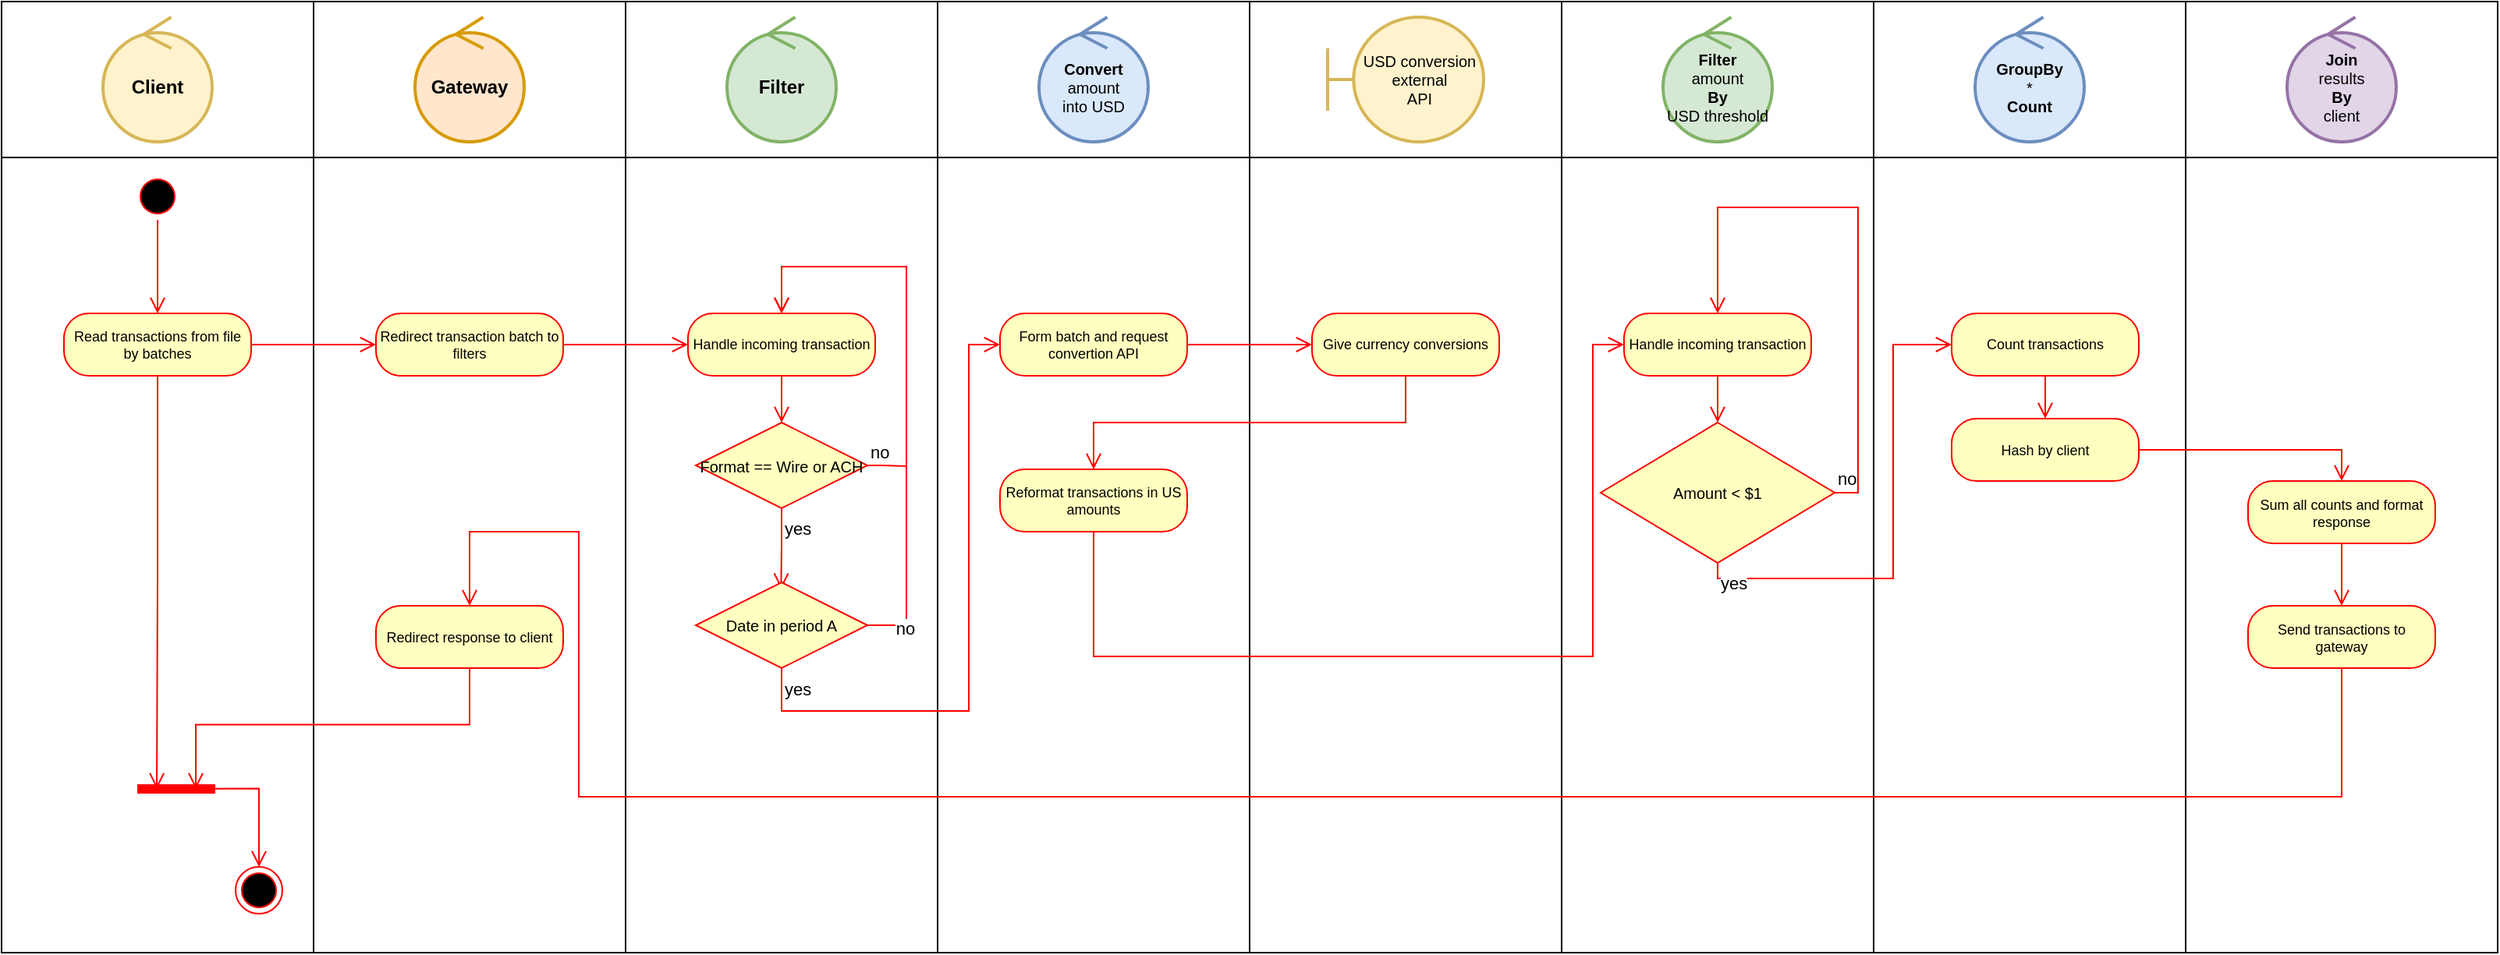
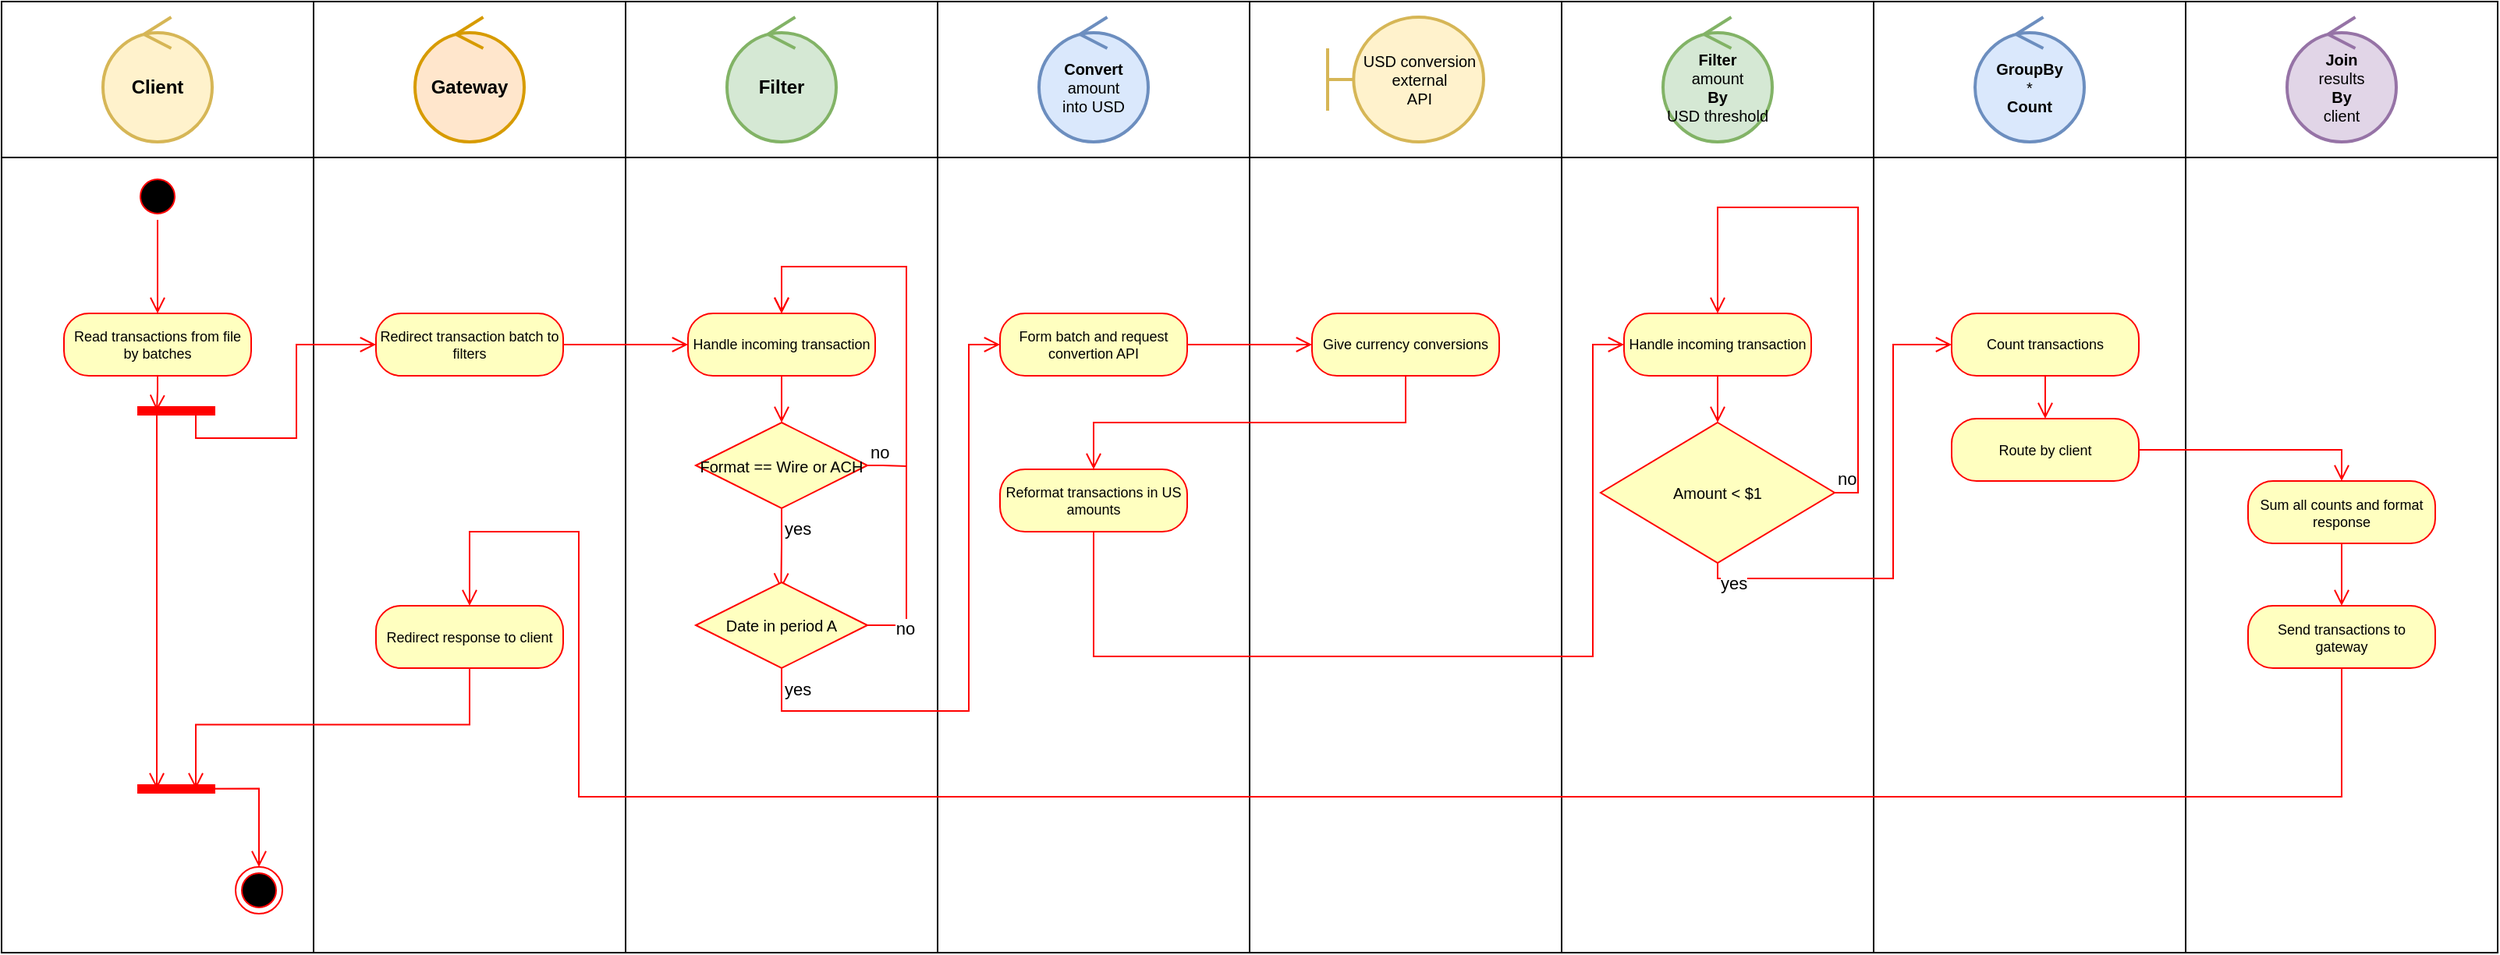
- <mxfile host="app.diagrams.net">
+ <mxfile host="Electron" agent="Mozilla/5.0 (X11; Linux x86_64) AppleWebKit/537.36 (KHTML, like Gecko) draw.io/29.6.1 Chrome/142.0.7444.265 Electron/39.5.2 Safari/537.36" version="29.6.1">
  <diagram name="Page-1" id="Pw_Paroip4zxAWsEiAnn">
-     <mxGraphModel dx="1833" dy="1176" grid="1" gridSize="10" guides="1" tooltips="1" connect="1" arrows="1" fold="1" page="1" pageScale="1" pageWidth="850" pageHeight="1100" math="0" shadow="0">
+     <mxGraphModel dx="1087" dy="741" grid="1" gridSize="10" guides="1" tooltips="1" connect="1" arrows="1" fold="1" page="1" pageScale="1" pageWidth="850" pageHeight="1100" math="0" shadow="0">
      <root>
        <mxCell id="0" />
        <mxCell id="1" parent="0" />
        <mxCell id="UjA2EUsPANr48nbmodft-108" parent="1" style="html=1;dashed=0;whiteSpace=wrap;fontSize=9;" value="" vertex="1">
          <mxGeometry height="100" width="200" x="420" y="100" as="geometry" />
        </mxCell>
        <mxCell id="UjA2EUsPANr48nbmodft-109" parent="1" style="html=1;dashed=0;whiteSpace=wrap;fontSize=9;" value="" vertex="1">
          <mxGeometry height="510" width="200" x="420" y="200" as="geometry" />
        </mxCell>
        <mxCell id="UjA2EUsPANr48nbmodft-3" parent="1" style="html=1;dashed=0;whiteSpace=wrap;fontSize=9;" value="" vertex="1">
          <mxGeometry height="550" width="200" x="20" y="160" as="geometry" />
        </mxCell>
        <mxCell id="UjA2EUsPANr48nbmodft-4" parent="1" style="html=1;dashed=0;whiteSpace=wrap;fontSize=9;" value="" vertex="1">
          <mxGeometry height="100" width="200" x="20" y="100" as="geometry" />
        </mxCell>
        <mxCell id="UjA2EUsPANr48nbmodft-5" parent="1" style="html=1;dashed=0;whiteSpace=wrap;fontSize=9;" value="" vertex="1">
          <mxGeometry height="550" width="200" x="220" y="160" as="geometry" />
        </mxCell>
        <mxCell id="UjA2EUsPANr48nbmodft-6" parent="1" style="html=1;dashed=0;whiteSpace=wrap;fontSize=9;" value="" vertex="1">
          <mxGeometry height="100" width="200" x="220" y="100" as="geometry" />
        </mxCell>
        <mxCell id="UjA2EUsPANr48nbmodft-9" parent="1" style="ellipse;html=1;shape=startState;fillColor=#000000;strokeColor=#ff0000;fontSize=9;" value="" vertex="1">
          <mxGeometry height="30" width="30" x="105" y="210" as="geometry" />
        </mxCell>
        <mxCell id="UjA2EUsPANr48nbmodft-10" edge="1" parent="1" source="UjA2EUsPANr48nbmodft-9" style="edgeStyle=orthogonalEdgeStyle;html=1;verticalAlign=bottom;endArrow=open;endSize=8;strokeColor=#ff0000;rounded=0;exitX=0.5;exitY=1;exitDx=0;exitDy=0;entryX=0.5;entryY=0;entryDx=0;entryDy=0;fontSize=9;" target="UjA2EUsPANr48nbmodft-12" value="">
          <mxGeometry relative="1" as="geometry">
            <mxPoint x="130" y="30" as="sourcePoint" />
            <mxPoint x="130" y="-50" as="targetPoint" />
          </mxGeometry>
        </mxCell>
        <mxCell id="UjA2EUsPANr48nbmodft-11" parent="1" style="ellipse;html=1;shape=endState;fillColor=#000000;strokeColor=#ff0000;fontSize=9;" value="" vertex="1">
          <mxGeometry height="30" width="30" x="170" y="655" as="geometry" />
        </mxCell>
        <mxCell id="UjA2EUsPANr48nbmodft-12" parent="1" style="rounded=1;whiteSpace=wrap;html=1;arcSize=40;fontColor=#000000;fillColor=#ffffc0;strokeColor=#ff0000;fontSize=9;" value="&lt;div&gt;Read transactions from file by batches&lt;/div&gt;" vertex="1">
          <mxGeometry height="40" width="120" x="60" y="300" as="geometry" />
        </mxCell>
        <mxCell id="UjA2EUsPANr48nbmodft-13" parent="1" style="shape=line;html=1;strokeWidth=6;strokeColor=#ff0000;" value="" vertex="1">
          <mxGeometry height="10" width="50" x="107" y="600" as="geometry" />
        </mxCell>
        <mxCell id="UjA2EUsPANr48nbmodft-14" edge="1" parent="1" source="UjA2EUsPANr48nbmodft-13" style="edgeStyle=orthogonalEdgeStyle;html=1;verticalAlign=bottom;endArrow=open;endSize=8;strokeColor=#ff0000;rounded=0;exitX=0.522;exitY=0.483;exitDx=0;exitDy=0;exitPerimeter=0;entryX=0.5;entryY=0;entryDx=0;entryDy=0;" target="UjA2EUsPANr48nbmodft-11" value="">
          <mxGeometry relative="1" as="geometry">
            <mxPoint x="80" y="650" as="targetPoint" />
          </mxGeometry>
        </mxCell>
-         <mxCell id="UjA2EUsPANr48nbmodft-15" edge="1" parent="1" source="UjA2EUsPANr48nbmodft-12" style="edgeStyle=orthogonalEdgeStyle;html=1;verticalAlign=bottom;endArrow=open;endSize=8;strokeColor=#ff0000;rounded=0;exitX=1;exitY=0.5;exitDx=0;exitDy=0;fontSize=9;entryX=0;entryY=0.5;entryDx=0;entryDy=0;" target="UjA2EUsPANr48nbmodft-22" value="">
-           <mxGeometry relative="1" as="geometry">
+         <mxCell id="UjA2EUsPANr48nbmodft-15" edge="1" parent="1" source="bwL3z-km2-a_780-QpQi-1" style="edgeStyle=orthogonalEdgeStyle;html=1;verticalAlign=bottom;endArrow=open;endSize=8;strokeColor=#ff0000;rounded=0;exitX=0.75;exitY=0.5;exitDx=0;exitDy=0;fontSize=9;entryX=0;entryY=0.5;entryDx=0;entryDy=0;exitPerimeter=0;" target="UjA2EUsPANr48nbmodft-22" value="">
+           <mxGeometry relative="1" as="geometry">
+             <Array as="points">
+               <mxPoint x="145" y="380" />
+               <mxPoint x="209" y="380" />
+               <mxPoint x="209" y="320" />
+             </Array>
            <mxPoint x="184" y="308" as="sourcePoint" />
            <mxPoint x="250" y="320" as="targetPoint" />
          </mxGeometry>
        </mxCell>
        <mxCell id="UjA2EUsPANr48nbmodft-16" parent="1" style="rhombus;whiteSpace=wrap;html=1;fontColor=#000000;fillColor=#ffffc0;strokeColor=#ff0000;fontSize=10;" value="Format == Wire or ACH" vertex="1">
          <mxGeometry height="55" width="110" x="465" y="370" as="geometry" />
        </mxCell>
        <mxCell id="UjA2EUsPANr48nbmodft-17" edge="1" parent="1" source="UjA2EUsPANr48nbmodft-16" style="edgeStyle=orthogonalEdgeStyle;html=1;align=left;verticalAlign=bottom;endArrow=open;endSize=8;strokeColor=#ff0000;rounded=0;entryX=0.5;entryY=0;entryDx=0;entryDy=0;exitX=1;exitY=0.5;exitDx=0;exitDy=0;" target="UjA2EUsPANr48nbmodft-19" value="no">
          <mxGeometry relative="1" x="-1" as="geometry">
            <Array as="points">
              <mxPoint x="585" y="398" />
              <mxPoint x="600" y="398" />
              <mxPoint x="600" y="270" />
              <mxPoint x="525" y="270" />
            </Array>
            <mxPoint x="620" y="397.5" as="targetPoint" />
          </mxGeometry>
        </mxCell>
        <mxCell id="UjA2EUsPANr48nbmodft-18" edge="1" parent="1" source="UjA2EUsPANr48nbmodft-16" style="edgeStyle=orthogonalEdgeStyle;html=1;align=left;verticalAlign=top;endArrow=open;endSize=8;strokeColor=#ff0000;rounded=0;entryX=0.497;entryY=0.078;entryDx=0;entryDy=0;entryPerimeter=0;" target="UjA2EUsPANr48nbmodft-20" value="yes">
          <mxGeometry relative="1" x="-1" as="geometry">
            <mxPoint x="520" y="477.5" as="targetPoint" />
          </mxGeometry>
        </mxCell>
        <mxCell id="UjA2EUsPANr48nbmodft-19" parent="1" style="rounded=1;whiteSpace=wrap;html=1;arcSize=40;fontColor=#000000;fillColor=#ffffc0;strokeColor=#ff0000;fontSize=9;" value="Handle incoming transaction" vertex="1">
          <mxGeometry height="40" width="120" x="460" y="300" as="geometry" />
        </mxCell>
        <mxCell id="UjA2EUsPANr48nbmodft-20" parent="1" style="rhombus;whiteSpace=wrap;html=1;fontColor=#000000;fillColor=#ffffc0;strokeColor=#ff0000;fontSize=10;" value="Date in period A" vertex="1">
          <mxGeometry height="55" width="110" x="465" y="472.5" as="geometry" />
        </mxCell>
        <mxCell id="UjA2EUsPANr48nbmodft-21" edge="1" parent="1" source="UjA2EUsPANr48nbmodft-19" style="edgeStyle=orthogonalEdgeStyle;html=1;verticalAlign=bottom;endArrow=open;endSize=8;strokeColor=#ff0000;rounded=0;exitX=0.5;exitY=1;exitDx=0;exitDy=0;entryX=0.5;entryY=0;entryDx=0;entryDy=0;fontSize=9;" target="UjA2EUsPANr48nbmodft-16" value="">
          <mxGeometry relative="1" as="geometry">
            <mxPoint x="350" y="410" as="sourcePoint" />
            <mxPoint x="630" y="410" as="targetPoint" />
          </mxGeometry>
        </mxCell>
        <mxCell id="UjA2EUsPANr48nbmodft-22" parent="1" style="rounded=1;whiteSpace=wrap;html=1;arcSize=40;fontColor=#000000;fillColor=#ffffc0;strokeColor=#ff0000;fontSize=9;" value="Redirect transaction batch to filters" vertex="1">
          <mxGeometry height="40" width="120" x="260" y="300" as="geometry" />
        </mxCell>
        <mxCell id="UjA2EUsPANr48nbmodft-23" edge="1" parent="1" source="UjA2EUsPANr48nbmodft-22" style="edgeStyle=orthogonalEdgeStyle;html=1;verticalAlign=bottom;endArrow=open;endSize=8;strokeColor=#ff0000;rounded=0;exitX=1;exitY=0.5;exitDx=0;exitDy=0;fontSize=9;entryX=0;entryY=0.5;entryDx=0;entryDy=0;" target="UjA2EUsPANr48nbmodft-19" value="">
          <mxGeometry relative="1" as="geometry">
            <mxPoint x="400" y="320" as="sourcePoint" />
            <mxPoint x="460" y="320" as="targetPoint" />
          </mxGeometry>
        </mxCell>
        <mxCell id="UjA2EUsPANr48nbmodft-24" parent="1" style="rounded=1;whiteSpace=wrap;html=1;arcSize=40;fontColor=#000000;fillColor=#ffffc0;strokeColor=#ff0000;fontSize=9;" value="Redirect response to client" vertex="1">
          <mxGeometry height="40" width="120" x="260" y="487.5" as="geometry" />
        </mxCell>
        <mxCell id="UjA2EUsPANr48nbmodft-25" edge="1" parent="1" source="UjA2EUsPANr48nbmodft-24" style="edgeStyle=orthogonalEdgeStyle;html=1;verticalAlign=bottom;endArrow=open;endSize=8;strokeColor=#ff0000;rounded=0;exitX=0.5;exitY=1;exitDx=0;exitDy=0;fontSize=9;entryX=0.75;entryY=0.5;entryDx=0;entryDy=0;entryPerimeter=0;" target="UjA2EUsPANr48nbmodft-13" value="">
          <mxGeometry relative="1" as="geometry">
            <mxPoint x="250" y="380" as="sourcePoint" />
            <mxPoint x="330" y="380" as="targetPoint" />
          </mxGeometry>
        </mxCell>
-         <mxCell id="UjA2EUsPANr48nbmodft-26" edge="1" parent="1" source="UjA2EUsPANr48nbmodft-12" style="edgeStyle=orthogonalEdgeStyle;html=1;verticalAlign=bottom;endArrow=open;endSize=8;strokeColor=#ff0000;rounded=0;exitX=0.5;exitY=1;exitDx=0;exitDy=0;fontSize=9;entryX=0.25;entryY=0.5;entryDx=0;entryDy=0;entryPerimeter=0;" target="UjA2EUsPANr48nbmodft-13" value="">
+         <mxCell id="UjA2EUsPANr48nbmodft-26" edge="1" parent="1" source="UjA2EUsPANr48nbmodft-12" style="edgeStyle=orthogonalEdgeStyle;html=1;verticalAlign=bottom;endArrow=open;endSize=8;strokeColor=#ff0000;rounded=0;exitX=0.5;exitY=1;exitDx=0;exitDy=0;fontSize=9;entryX=0.25;entryY=0.5;entryDx=0;entryDy=0;entryPerimeter=0;" target="bwL3z-km2-a_780-QpQi-1" value="">
          <mxGeometry relative="1" as="geometry">
            <mxPoint x="297" y="430" as="sourcePoint" />
            <mxPoint x="120" y="507" as="targetPoint" />
          </mxGeometry>
        </mxCell>
        <mxCell id="UjA2EUsPANr48nbmodft-27" parent="1" style="ellipse;shape=umlControl;whiteSpace=wrap;html=1;strokeWidth=2;fillColor=#fff2cc;strokeColor=#d6b656;" value="&lt;b&gt;Client&lt;/b&gt;" vertex="1">
          <mxGeometry height="80" width="70" x="85" y="110" as="geometry" />
        </mxCell>
        <mxCell id="UjA2EUsPANr48nbmodft-28" parent="1" style="ellipse;shape=umlControl;whiteSpace=wrap;html=1;strokeWidth=2;fillColor=#ffe6cc;strokeColor=#d79b00;" value="&lt;b&gt;Gateway&lt;/b&gt;" vertex="1">
          <mxGeometry height="80" width="70" x="285" y="110" as="geometry" />
        </mxCell>
        <mxCell id="UjA2EUsPANr48nbmodft-29" parent="1" style="ellipse;shape=umlControl;whiteSpace=wrap;html=1;strokeWidth=2;fillColor=#d5e8d4;strokeColor=#82b366;" value="&lt;b&gt;Filter&lt;/b&gt;" vertex="1">
          <mxGeometry height="80" width="70" x="485" y="110" as="geometry" />
        </mxCell>
        <mxCell id="UjA2EUsPANr48nbmodft-50" edge="1" parent="1" source="UjA2EUsPANr48nbmodft-20" style="edgeStyle=orthogonalEdgeStyle;html=1;align=left;verticalAlign=top;endArrow=open;endSize=8;strokeColor=#ff0000;rounded=0;exitX=1;exitY=0.5;exitDx=0;exitDy=0;curved=0;jumpStyle=arc;jumpSize=16;entryX=0.5;entryY=0;entryDx=0;entryDy=0;startSize=9;" target="UjA2EUsPANr48nbmodft-19" value="">
          <mxGeometry relative="1" x="-1" as="geometry">
            <Array as="points">
              <mxPoint x="600" y="500" />
              <mxPoint x="600" y="270" />
              <mxPoint x="520" y="270" />
            </Array>
            <mxPoint x="539.9999999999998" y="512.5" as="sourcePoint" />
            <mxPoint x="659.9999999999998" y="312.5" as="targetPoint" />
          </mxGeometry>
        </mxCell>
        <mxCell id="UjA2EUsPANr48nbmodft-51" connectable="0" parent="UjA2EUsPANr48nbmodft-50" style="edgeLabel;html=1;align=center;verticalAlign=middle;resizable=0;points=[];" value="&lt;div&gt;no&lt;/div&gt;" vertex="1">
          <mxGeometry relative="1" x="-0.8724" y="-2" as="geometry">
            <mxPoint as="offset" />
          </mxGeometry>
        </mxCell>
        <mxCell id="UjA2EUsPANr48nbmodft-110" parent="1" style="html=1;dashed=0;whiteSpace=wrap;fontSize=9;" value="" vertex="1">
          <mxGeometry height="510" width="200" x="620" y="200" as="geometry" />
        </mxCell>
        <mxCell id="UjA2EUsPANr48nbmodft-111" parent="1" style="html=1;dashed=0;whiteSpace=wrap;fontSize=9;" value="" vertex="1">
          <mxGeometry height="100" width="200" x="620" y="100" as="geometry" />
        </mxCell>
        <mxCell id="UjA2EUsPANr48nbmodft-112" parent="1" style="html=1;dashed=0;whiteSpace=wrap;fontSize=9;" value="" vertex="1">
          <mxGeometry height="550" width="200" x="820" y="160" as="geometry" />
        </mxCell>
        <mxCell id="UjA2EUsPANr48nbmodft-113" parent="1" style="html=1;dashed=0;whiteSpace=wrap;fontSize=9;" value="" vertex="1">
          <mxGeometry height="100" width="200" x="820" y="100" as="geometry" />
        </mxCell>
        <mxCell id="UjA2EUsPANr48nbmodft-114" parent="1" style="html=1;dashed=0;whiteSpace=wrap;fontSize=9;" value="" vertex="1">
          <mxGeometry height="550" width="200" x="1020" y="160" as="geometry" />
        </mxCell>
        <mxCell id="UjA2EUsPANr48nbmodft-115" parent="1" style="html=1;dashed=0;whiteSpace=wrap;fontSize=9;" value="" vertex="1">
          <mxGeometry height="100" width="200" x="1020" y="100" as="geometry" />
        </mxCell>
        <mxCell id="UjA2EUsPANr48nbmodft-116" parent="1" style="html=1;dashed=0;whiteSpace=wrap;fontSize=9;" value="" vertex="1">
          <mxGeometry height="550" width="200" x="1220" y="160" as="geometry" />
        </mxCell>
        <mxCell id="UjA2EUsPANr48nbmodft-117" parent="1" style="html=1;dashed=0;whiteSpace=wrap;fontSize=9;" value="" vertex="1">
          <mxGeometry height="100" width="200" x="1220" y="100" as="geometry" />
        </mxCell>
        <mxCell id="UjA2EUsPANr48nbmodft-118" parent="1" style="html=1;dashed=0;whiteSpace=wrap;fontSize=9;" value="" vertex="1">
          <mxGeometry height="550" width="200" x="1420" y="160" as="geometry" />
        </mxCell>
        <mxCell id="UjA2EUsPANr48nbmodft-119" parent="1" style="html=1;dashed=0;whiteSpace=wrap;fontSize=9;" value="" vertex="1">
          <mxGeometry height="100" width="200" x="1420" y="100" as="geometry" />
        </mxCell>
        <mxCell id="UjA2EUsPANr48nbmodft-120" parent="1" style="rounded=1;whiteSpace=wrap;html=1;arcSize=40;fontColor=#000000;fillColor=#ffffc0;strokeColor=#ff0000;fontSize=9;" value="Sum all counts and format response" vertex="1">
          <mxGeometry height="40" width="120" x="1460" y="407.5" as="geometry" />
        </mxCell>
        <mxCell id="UjA2EUsPANr48nbmodft-121" edge="1" parent="1" source="UjA2EUsPANr48nbmodft-120" style="edgeStyle=orthogonalEdgeStyle;html=1;align=left;verticalAlign=top;endArrow=open;endSize=8;strokeColor=#ff0000;rounded=0;exitX=0.5;exitY=1;exitDx=0;exitDy=0;entryX=0.5;entryY=0;entryDx=0;entryDy=0;" target="UjA2EUsPANr48nbmodft-122" value="">
          <mxGeometry relative="1" x="-0.7059" y="13" as="geometry">
            <mxPoint as="offset" />
            <mxPoint x="1470" y="615" as="sourcePoint" />
            <mxPoint x="1520" y="615" as="targetPoint" />
          </mxGeometry>
        </mxCell>
        <mxCell id="UjA2EUsPANr48nbmodft-122" parent="1" style="rounded=1;whiteSpace=wrap;html=1;arcSize=40;fontColor=#000000;fillColor=#ffffc0;strokeColor=#ff0000;fontSize=9;" value="Send transactions to gateway" vertex="1">
          <mxGeometry height="40" width="120" x="1460" y="487.5" as="geometry" />
        </mxCell>
        <mxCell id="UjA2EUsPANr48nbmodft-123" parent="1" style="ellipse;shape=umlControl;whiteSpace=wrap;html=1;strokeWidth=2;fillColor=#e1d5e7;strokeColor=#9673a6;fontSize=10;" value="&lt;b&gt;Join&lt;/b&gt;&lt;div&gt;results&lt;/div&gt;&lt;div&gt;&lt;b&gt;By&lt;/b&gt;&lt;/div&gt;&lt;div&gt;client&lt;/div&gt;" vertex="1">
          <mxGeometry height="80" width="70" x="1485" y="110" as="geometry" />
        </mxCell>
        <mxCell id="UjA2EUsPANr48nbmodft-124" parent="1" style="rounded=1;whiteSpace=wrap;html=1;arcSize=40;fontColor=#000000;fillColor=#ffffc0;strokeColor=#ff0000;fontSize=9;" value="Form batch and request convertion API" vertex="1">
          <mxGeometry height="40" width="120" x="660" y="300" as="geometry" />
        </mxCell>
        <mxCell id="UjA2EUsPANr48nbmodft-125" parent="1" style="rounded=1;whiteSpace=wrap;html=1;arcSize=40;fontColor=#000000;fillColor=#ffffc0;strokeColor=#ff0000;fontSize=9;" value="Reformat transactions in US amounts" vertex="1">
          <mxGeometry height="40" width="120" x="660" y="400" as="geometry" />
        </mxCell>
        <mxCell id="UjA2EUsPANr48nbmodft-127" parent="1" style="rounded=1;whiteSpace=wrap;html=1;arcSize=40;fontColor=#000000;fillColor=#ffffc0;strokeColor=#ff0000;fontSize=9;" value="Handle incoming transaction" vertex="1">
          <mxGeometry height="40" width="120" x="1060" y="300" as="geometry" />
        </mxCell>
        <mxCell id="UjA2EUsPANr48nbmodft-128" parent="1" style="rhombus;whiteSpace=wrap;html=1;fontColor=#000000;fillColor=#ffffc0;strokeColor=#ff0000;fontSize=10;" value="Amount &amp;lt; $1" vertex="1">
          <mxGeometry height="90" width="150" x="1045" y="370" as="geometry" />
        </mxCell>
        <mxCell id="UjA2EUsPANr48nbmodft-129" edge="1" parent="1" source="UjA2EUsPANr48nbmodft-128" style="edgeStyle=orthogonalEdgeStyle;html=1;align=left;verticalAlign=bottom;endArrow=open;endSize=8;strokeColor=#ff0000;rounded=0;entryX=0.5;entryY=0;entryDx=0;entryDy=0;exitX=1;exitY=0.5;exitDx=0;exitDy=0;" target="UjA2EUsPANr48nbmodft-127" value="no">
          <mxGeometry relative="1" x="-1" as="geometry">
            <Array as="points">
              <mxPoint x="1210" y="415" />
              <mxPoint x="1210" y="232" />
              <mxPoint x="1120" y="232" />
            </Array>
            <mxPoint x="1410" y="360" as="sourcePoint" />
            <mxPoint x="1355" y="262" as="targetPoint" />
          </mxGeometry>
        </mxCell>
        <mxCell id="UjA2EUsPANr48nbmodft-131" edge="1" parent="1" source="UjA2EUsPANr48nbmodft-128" style="edgeStyle=orthogonalEdgeStyle;html=1;align=left;verticalAlign=top;endArrow=open;endSize=8;strokeColor=#ff0000;rounded=0;exitX=0.5;exitY=1;exitDx=0;exitDy=0;entryX=0;entryY=0.5;entryDx=0;entryDy=0;" target="UjA2EUsPANr48nbmodft-147" value="yes">
          <mxGeometry relative="1" x="-1" as="geometry">
            <mxPoint x="1300" y="460" as="sourcePoint" />
            <mxPoint x="1120" y="500" as="targetPoint" />
          </mxGeometry>
        </mxCell>
        <mxCell id="UjA2EUsPANr48nbmodft-137" edge="1" parent="1" source="UjA2EUsPANr48nbmodft-127" style="edgeStyle=orthogonalEdgeStyle;html=1;verticalAlign=bottom;endArrow=open;endSize=8;strokeColor=#ff0000;rounded=0;exitX=0.5;exitY=1;exitDx=0;exitDy=0;entryX=0.5;entryY=0;entryDx=0;entryDy=0;fontSize=9;" target="UjA2EUsPANr48nbmodft-128" value="">
          <mxGeometry relative="1" as="geometry">
            <mxPoint x="1160" y="340" as="sourcePoint" />
            <mxPoint x="1240" y="340" as="targetPoint" />
          </mxGeometry>
        </mxCell>
        <mxCell id="UjA2EUsPANr48nbmodft-140" edge="1" parent="1" source="UjA2EUsPANr48nbmodft-122" style="edgeStyle=orthogonalEdgeStyle;html=1;align=left;verticalAlign=top;endArrow=open;endSize=8;strokeColor=#ff0000;rounded=0;exitX=0.5;exitY=1;exitDx=0;exitDy=0;entryX=0.5;entryY=0;entryDx=0;entryDy=0;" target="UjA2EUsPANr48nbmodft-24" value="">
          <mxGeometry relative="1" x="-0.7059" y="13" as="geometry">
            <mxPoint as="offset" />
            <Array as="points">
              <mxPoint x="1520" y="610" />
              <mxPoint x="390" y="610" />
              <mxPoint x="390" y="440" />
              <mxPoint x="320" y="440" />
            </Array>
            <mxPoint x="1470" y="610" as="sourcePoint" />
            <mxPoint x="1470" y="650" as="targetPoint" />
          </mxGeometry>
        </mxCell>
        <mxCell id="UjA2EUsPANr48nbmodft-142" parent="1" style="rounded=1;whiteSpace=wrap;html=1;arcSize=40;fontColor=#000000;fillColor=#ffffc0;strokeColor=#ff0000;fontSize=9;" value="Give currency conversions" vertex="1">
          <mxGeometry height="40" width="120" x="860" y="300" as="geometry" />
        </mxCell>
        <mxCell id="UjA2EUsPANr48nbmodft-144" edge="1" parent="1" source="UjA2EUsPANr48nbmodft-124" style="edgeStyle=orthogonalEdgeStyle;html=1;verticalAlign=bottom;endArrow=open;endSize=8;strokeColor=#ff0000;rounded=0;exitX=1;exitY=0.5;exitDx=0;exitDy=0;entryX=0;entryY=0.5;entryDx=0;entryDy=0;fontSize=9;" target="UjA2EUsPANr48nbmodft-142" value="">
          <mxGeometry relative="1" as="geometry">
            <Array as="points">
              <mxPoint x="800" y="320" />
              <mxPoint x="800" y="320" />
            </Array>
            <mxPoint x="810" y="350" as="sourcePoint" />
            <mxPoint x="810" y="410" as="targetPoint" />
          </mxGeometry>
        </mxCell>
        <mxCell id="UjA2EUsPANr48nbmodft-146" edge="1" parent="1" source="UjA2EUsPANr48nbmodft-142" style="edgeStyle=orthogonalEdgeStyle;html=1;verticalAlign=bottom;endArrow=open;endSize=8;strokeColor=#ff0000;rounded=0;exitX=0.5;exitY=1;exitDx=0;exitDy=0;fontSize=9;" target="UjA2EUsPANr48nbmodft-125" value="">
          <mxGeometry relative="1" as="geometry">
            <mxPoint x="840" y="360" as="sourcePoint" />
            <mxPoint x="920" y="400" as="targetPoint" />
          </mxGeometry>
        </mxCell>
        <mxCell id="UjA2EUsPANr48nbmodft-147" parent="1" style="rounded=1;whiteSpace=wrap;html=1;arcSize=40;fontColor=#000000;fillColor=#ffffc0;strokeColor=#ff0000;fontSize=9;" value="Count transactions" vertex="1">
          <mxGeometry height="40" width="120" x="1270" y="300" as="geometry" />
        </mxCell>
        <mxCell id="UjA2EUsPANr48nbmodft-149" edge="1" parent="1" source="UjA2EUsPANr48nbmodft-125" style="edgeStyle=orthogonalEdgeStyle;html=1;verticalAlign=bottom;endArrow=open;endSize=8;strokeColor=#ff0000;rounded=0;exitX=0.5;exitY=1;exitDx=0;exitDy=0;entryX=0;entryY=0.5;entryDx=0;entryDy=0;fontSize=9;" target="UjA2EUsPANr48nbmodft-127" value="">
          <mxGeometry relative="1" as="geometry">
            <Array as="points">
              <mxPoint x="720" y="520" />
              <mxPoint x="1040" y="520" />
              <mxPoint x="1040" y="320" />
            </Array>
            <mxPoint x="980" y="420" as="sourcePoint" />
            <mxPoint x="960" y="440" as="targetPoint" />
          </mxGeometry>
        </mxCell>
        <mxCell id="UjA2EUsPANr48nbmodft-155" parent="1" style="ellipse;shape=umlControl;whiteSpace=wrap;html=1;strokeWidth=2;fillColor=#dae8fc;strokeColor=#6c8ebf;fontSize=10;" value="&lt;b&gt;Convert&lt;/b&gt;&lt;div&gt;amount&lt;/div&gt;&lt;div&gt;into USD&lt;/div&gt;" vertex="1">
          <mxGeometry height="80" width="70" x="685" y="110" as="geometry" />
        </mxCell>
        <mxCell id="UjA2EUsPANr48nbmodft-156" parent="1" style="shape=umlBoundary;whiteSpace=wrap;html=1;strokeWidth=2;fillColor=#fff2cc;strokeColor=#d6b656;fontSize=10;" value="USD conversion&lt;div&gt;external&lt;/div&gt;&lt;div&gt;API&lt;/div&gt;" vertex="1">
          <mxGeometry height="80" width="100" x="870" y="110" as="geometry" />
        </mxCell>
        <mxCell id="UjA2EUsPANr48nbmodft-157" parent="1" style="ellipse;shape=umlControl;whiteSpace=wrap;html=1;strokeWidth=2;fillColor=#d5e8d4;strokeColor=#82b366;fontSize=10;" value="&lt;b&gt;Filter&lt;/b&gt;&lt;div&gt;amount&lt;/div&gt;&lt;div&gt;&lt;b&gt;By&lt;/b&gt;&lt;/div&gt;&lt;div&gt;USD threshold&lt;/div&gt;" vertex="1">
          <mxGeometry height="80" width="70" x="1085" y="110" as="geometry" />
        </mxCell>
        <mxCell id="UjA2EUsPANr48nbmodft-158" parent="1" style="ellipse;shape=umlControl;whiteSpace=wrap;html=1;strokeWidth=2;fillColor=#dae8fc;strokeColor=#6c8ebf;fontSize=10;" value="&lt;b&gt;GroupBy&lt;/b&gt;&lt;div&gt;*&lt;/div&gt;&lt;div&gt;&lt;b&gt;Count&lt;/b&gt;&lt;/div&gt;" vertex="1">
          <mxGeometry height="80" width="70" x="1285" y="110" as="geometry" />
        </mxCell>
        <mxCell id="UjA2EUsPANr48nbmodft-32" edge="1" parent="1" source="UjA2EUsPANr48nbmodft-20" style="edgeStyle=orthogonalEdgeStyle;html=1;align=left;verticalAlign=top;endArrow=open;endSize=8;strokeColor=#ff0000;rounded=0;exitX=0.5;exitY=1;exitDx=0;exitDy=0;entryX=0;entryY=0.5;entryDx=0;entryDy=0;" target="UjA2EUsPANr48nbmodft-124" value="yes">
          <mxGeometry relative="1" x="-1" as="geometry">
            <Array as="points">
              <mxPoint x="520" y="555" />
              <mxPoint x="640" y="555" />
              <mxPoint x="640" y="320" />
            </Array>
            <mxPoint x="500" y="522.5" as="sourcePoint" />
            <mxPoint x="640" y="315" as="targetPoint" />
          </mxGeometry>
        </mxCell>
-         <mxCell id="UjA2EUsPANr48nbmodft-163" parent="1" style="rounded=1;whiteSpace=wrap;html=1;arcSize=40;fontColor=#000000;fillColor=#ffffc0;strokeColor=#ff0000;fontSize=9;" value="Hash by client" vertex="1">
+         <mxCell id="UjA2EUsPANr48nbmodft-163" parent="1" style="rounded=1;whiteSpace=wrap;html=1;arcSize=40;fontColor=#000000;fillColor=#ffffc0;strokeColor=#ff0000;fontSize=9;" value="Route by client" vertex="1">
          <mxGeometry height="40" width="120" x="1270" y="367.5" as="geometry" />
        </mxCell>
        <mxCell id="UjA2EUsPANr48nbmodft-165" edge="1" parent="1" source="UjA2EUsPANr48nbmodft-147" style="edgeStyle=orthogonalEdgeStyle;html=1;align=left;verticalAlign=top;endArrow=open;endSize=8;strokeColor=#ff0000;rounded=0;exitX=0.5;exitY=1;exitDx=0;exitDy=0;entryX=0.5;entryY=0;entryDx=0;entryDy=0;" target="UjA2EUsPANr48nbmodft-163" value="">
          <mxGeometry relative="1" x="-0.7059" y="13" as="geometry">
            <mxPoint as="offset" />
            <mxPoint x="1320" y="440" as="sourcePoint" />
            <mxPoint x="1320" y="480" as="targetPoint" />
          </mxGeometry>
        </mxCell>
        <mxCell id="UjA2EUsPANr48nbmodft-167" edge="1" parent="1" source="UjA2EUsPANr48nbmodft-163" style="edgeStyle=orthogonalEdgeStyle;html=1;align=left;verticalAlign=top;endArrow=open;endSize=8;strokeColor=#ff0000;rounded=0;exitX=1;exitY=0.5;exitDx=0;exitDy=0;entryX=0.5;entryY=0;entryDx=0;entryDy=0;" target="UjA2EUsPANr48nbmodft-120" value="">
          <mxGeometry relative="1" x="-0.7059" y="13" as="geometry">
            <mxPoint as="offset" />
            <mxPoint x="1410" y="350" as="sourcePoint" />
            <mxPoint x="1410" y="378" as="targetPoint" />
          </mxGeometry>
+         </mxCell>
+         <mxCell id="bwL3z-km2-a_780-QpQi-1" parent="1" style="shape=line;html=1;strokeWidth=6;strokeColor=#ff0000;" value="" vertex="1">
+           <mxGeometry height="10" width="50" x="107" y="357.5" as="geometry" />
+         </mxCell>
+         <mxCell id="bwL3z-km2-a_780-QpQi-3" edge="1" parent="1" source="bwL3z-km2-a_780-QpQi-1" style="edgeStyle=orthogonalEdgeStyle;shape=connector;rounded=0;orthogonalLoop=1;jettySize=auto;html=1;entryX=0.25;entryY=0.5;entryDx=0;entryDy=0;entryPerimeter=0;strokeColor=#ff0000;align=center;verticalAlign=bottom;fontFamily=Helvetica;fontSize=9;fontColor=default;labelBackgroundColor=default;endArrow=open;endSize=8;exitX=0.25;exitY=0.5;exitDx=0;exitDy=0;exitPerimeter=0;" target="UjA2EUsPANr48nbmodft-13">
+           <mxGeometry relative="1" as="geometry" />
        </mxCell>
      </root>
    </mxGraphModel>
  </diagram>
</mxfile>
